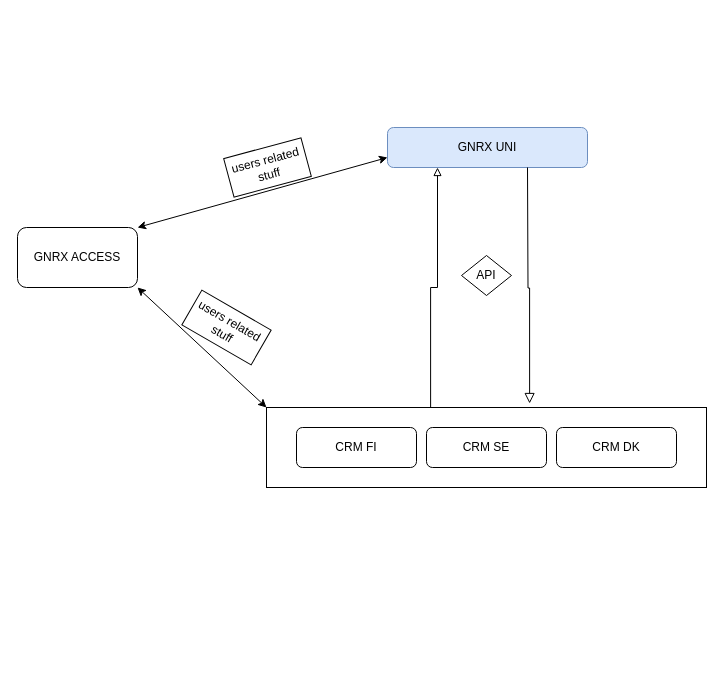
Above: crm-uni-setup.drawio in sanderha/diagrams-repo (draw.io), before the change. Source tidied: cells renumbered, new cells numbered last; positions are measured from the earlier drawing's top-left corner, leaving out a move shared by most shapes. Both pictures are drawn from the tidied source at 100%, with x=0, y=0 at pixel (17, 127).
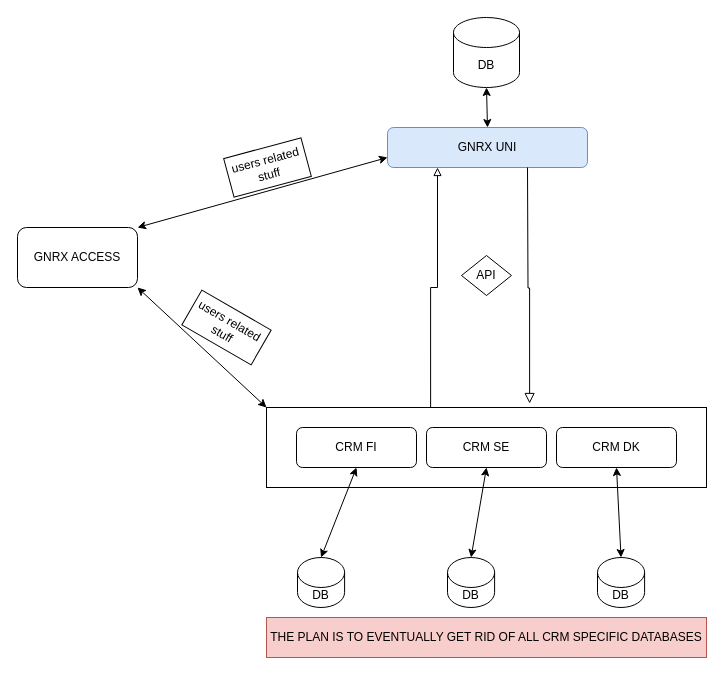
The same page after the edit.

Unchanged cells that the change refers to:
```xml
<mxCell id="3" value="GNRX UNI" style="rounded=1;whiteSpace=wrap;html=1;fontSize=12;glass=0;strokeWidth=1;shadow=0;fillColor=#dae8fc;strokeColor=#6c8ebf;" parent="1" vertex="1">
  <mxGeometry x="370" width="200" height="40" as="geometry" />
</mxCell>
<mxCell id="6" value="CRM DK" style="rounded=1;whiteSpace=wrap;html=1;fontSize=12;glass=0;strokeWidth=1;shadow=0;" parent="4" vertex="1">
  <mxGeometry x="290" y="20" width="120" height="40" as="geometry" />
</mxCell>
<mxCell id="7" value="CRM FI" style="rounded=1;whiteSpace=wrap;html=1;fontSize=12;glass=0;strokeWidth=1;shadow=0;" parent="4" vertex="1">
  <mxGeometry x="30" y="20" width="120" height="40" as="geometry" />
</mxCell>
<mxCell id="8" value="CRM SE" style="rounded=1;whiteSpace=wrap;html=1;fontSize=12;glass=0;strokeWidth=1;shadow=0;" parent="4" vertex="1">
  <mxGeometry x="160" y="20" width="120" height="40" as="geometry" />
</mxCell>
```

What changed in the source:
```diff
@@
+    <mxCell id="16" value="DB" style="shape=cylinder3;whiteSpace=wrap;html=1;boundedLbl=1;backgroundOutline=1;size=15;" parent="1" vertex="1">
+      <mxGeometry x="436" y="-110" width="66" height="70" as="geometry" />
+    </mxCell>
+    <mxCell id="17" style="endArrow=classic;startArrow=classic;html=1;rounded=0;entryX=0.5;entryY=1;entryDx=0;entryDy=0;exitX=0.5;exitY=0;exitDx=0;exitDy=0;entryPerimeter=0;" parent="1" edge="1" source="3" target="16">
+      <mxGeometry relative="1" as="geometry" />
+    </mxCell>
+    <mxCell id="18" value="DB" style="shape=cylinder3;whiteSpace=wrap;html=1;boundedLbl=1;backgroundOutline=1;size=15;" parent="1" vertex="1">
+      <mxGeometry x="580" y="430" width="47.1" height="50" as="geometry" />
+    </mxCell>
+    <mxCell id="19" value="DB" style="shape=cylinder3;whiteSpace=wrap;html=1;boundedLbl=1;backgroundOutline=1;size=15;" parent="1" vertex="1">
+      <mxGeometry x="280" y="430" width="47.1" height="50" as="geometry" />
+    </mxCell>
+    <mxCell id="20" value="DB" style="shape=cylinder3;whiteSpace=wrap;html=1;boundedLbl=1;backgroundOutline=1;size=15;" parent="1" vertex="1">
+      <mxGeometry x="430" y="430" width="47.1" height="50" as="geometry" />
+    </mxCell>
+    <mxCell id="21" style="endArrow=classic;startArrow=classic;html=1;rounded=0;exitX=0.5;exitY=0;exitDx=0;exitDy=0;exitPerimeter=0;entryX=0.5;entryY=1;entryDx=0;entryDy=0;" parent="1" edge="1" source="19" target="7">
+      <mxGeometry relative="1" as="geometry" />
+    </mxCell>
+    <mxCell id="22" style="endArrow=classic;startArrow=classic;html=1;rounded=0;exitX=0.5;exitY=0;exitDx=0;exitDy=0;exitPerimeter=0;entryX=0.5;entryY=1;entryDx=0;entryDy=0;" parent="1" edge="1" source="20" target="8">
+      <mxGeometry relative="1" as="geometry" />
+    </mxCell>
+    <mxCell id="23" style="endArrow=classic;startArrow=classic;html=1;rounded=0;exitX=0.5;exitY=0;exitDx=0;exitDy=0;exitPerimeter=0;entryX=0.5;entryY=1;entryDx=0;entryDy=0;" parent="1" edge="1" source="18" target="6">
+      <mxGeometry relative="1" as="geometry" />
+    </mxCell>
+    <mxCell id="24" value="THE PLAN IS TO EVENTUALLY GET RID OF ALL CRM SPECIFIC DATABASES" style="rounded=0;whiteSpace=wrap;html=1;fillColor=#f8cecc;strokeColor=#b85450;" parent="1" vertex="1">
+      <mxGeometry x="249" y="490" width="440" height="40" as="geometry" />
+    </mxCell>
```
